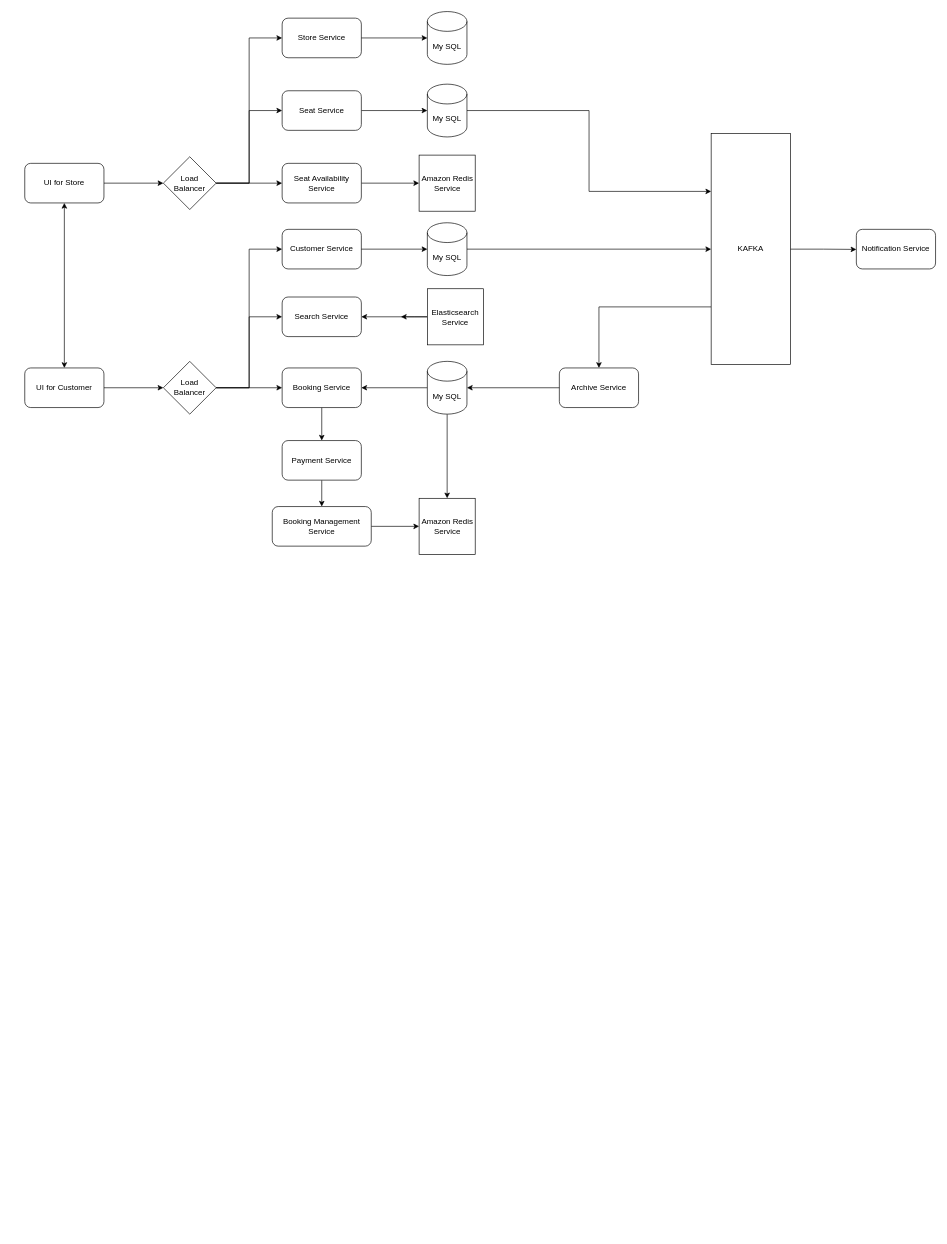
This is Untitled Diagram.drawio from dodooodo/feplace, a draw.io file, before an edit. Source tidied: cells renumbered, new cells numbered last; positions are measured from the earlier drawing's top-left corner, leaving out a move shared by most shapes. Both pictures are drawn from the tidied source at 66%, with x=0, y=0 at pixel (24, 11).
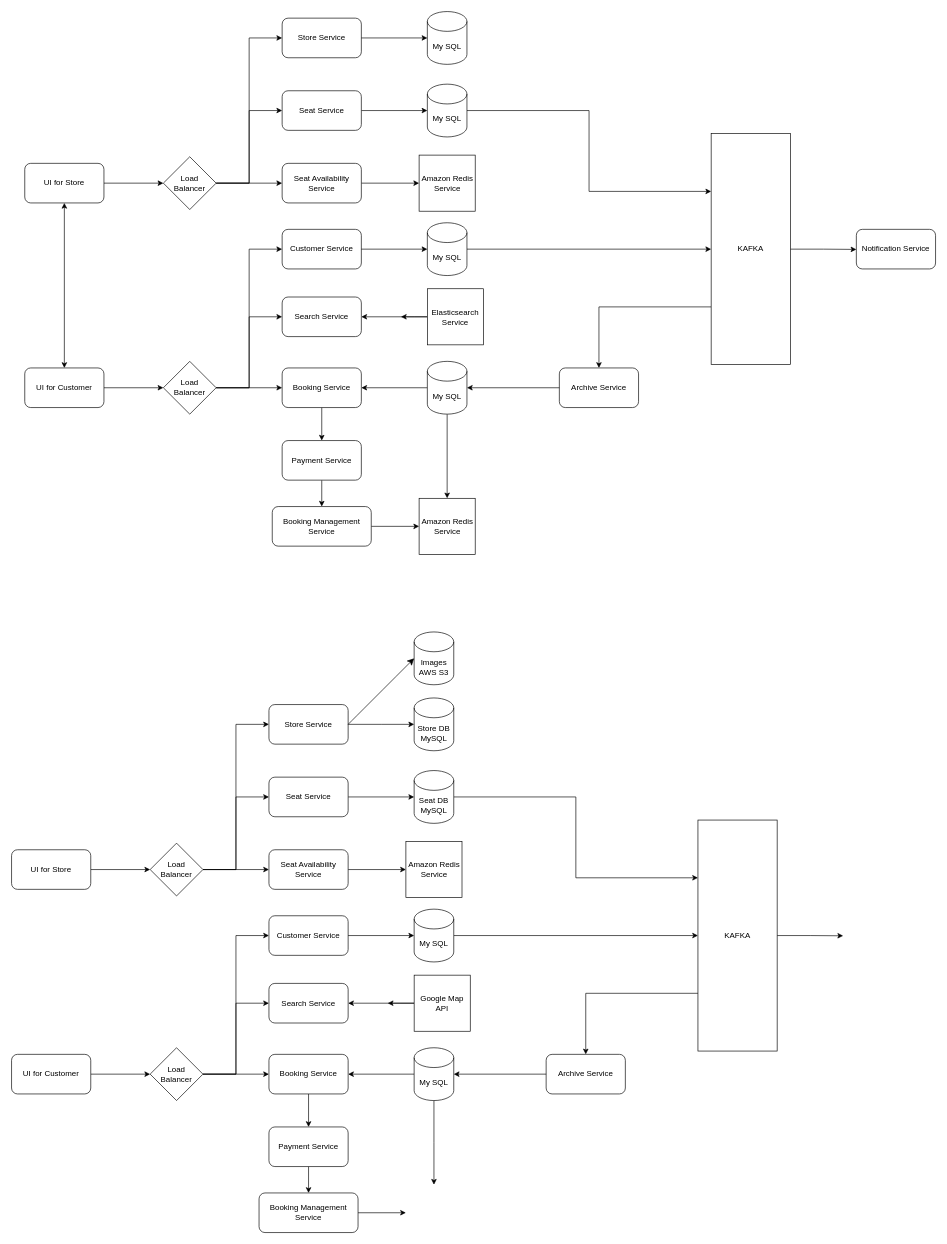
After the change.

Diff of the diagram source:
```diff
@@
+    <mxCell id="49" style="edgeStyle=orthogonalEdgeStyle;rounded=0;jettySize=auto;html=1;exitX=1;exitY=0.5;exitDx=0;exitDy=0;entryX=0;entryY=0.5;entryDx=0;entryDy=0;" parent="1" edge="1" source="50" target="56">
+      <mxGeometry relative="1" as="geometry" />
+    </mxCell>
+    <mxCell id="50" value="UI for Store" style="rounded=1;whiteSpace=wrap;html=1;" parent="1" vertex="1">
+      <mxGeometry x="-20" y="1270" width="120" height="60" as="geometry" />
+    </mxCell>
+    <mxCell id="51" style="edgeStyle=orthogonalEdgeStyle;rounded=0;jettySize=auto;html=1;exitX=1;exitY=0.5;exitDx=0;exitDy=0;entryX=0;entryY=0.5;entryDx=0;entryDy=0;" parent="1" edge="1" source="52" target="60">
+      <mxGeometry relative="1" as="geometry" />
+    </mxCell>
+    <mxCell id="52" value="UI for Customer" style="rounded=1;whiteSpace=wrap;html=1;" parent="1" vertex="1">
+      <mxGeometry x="-20" y="1580" width="120" height="60" as="geometry" />
+    </mxCell>
+    <mxCell id="53" style="edgeStyle=orthogonalEdgeStyle;rounded=0;jettySize=auto;html=1;exitX=1;exitY=0.5;exitDx=0;exitDy=0;entryX=0;entryY=0.5;entryDx=0;entryDy=0;" parent="1" edge="1" source="56" target="63">
+      <mxGeometry relative="1" as="geometry" />
+    </mxCell>
+    <mxCell id="54" style="edgeStyle=orthogonalEdgeStyle;rounded=0;jettySize=auto;html=1;exitX=1;exitY=0.5;exitDx=0;exitDy=0;entryX=0;entryY=0.5;entryDx=0;entryDy=0;" parent="1" edge="1" source="56" target="61">
+      <mxGeometry relative="1" as="geometry" />
+    </mxCell>
+    <mxCell id="55" style="edgeStyle=orthogonalEdgeStyle;rounded=0;jettySize=auto;html=1;exitX=1;exitY=0.5;exitDx=0;exitDy=0;entryX=0;entryY=0.5;entryDx=0;entryDy=0;" parent="1" edge="1" source="56" target="87">
+      <mxGeometry relative="1" as="geometry" />
+    </mxCell>
+    <mxCell id="56" value="Load&lt;div&gt;Balancer&lt;/div&gt;" style="rhombus;whiteSpace=wrap;html=1;" parent="1" vertex="1">
+      <mxGeometry x="190" y="1260" width="80" height="80" as="geometry" />
+    </mxCell>
+    <mxCell id="57" style="edgeStyle=orthogonalEdgeStyle;rounded=0;jettySize=auto;html=1;exitX=1;exitY=0.5;exitDx=0;exitDy=0;entryX=0;entryY=0.5;entryDx=0;entryDy=0;" parent="1" edge="1" source="60" target="64">
+      <mxGeometry relative="1" as="geometry" />
+    </mxCell>
+    <mxCell id="58" style="edgeStyle=orthogonalEdgeStyle;rounded=0;jettySize=auto;html=1;exitX=1;exitY=0.5;exitDx=0;exitDy=0;entryX=0;entryY=0.5;entryDx=0;entryDy=0;" parent="1" edge="1" source="60" target="66">
+      <mxGeometry relative="1" as="geometry" />
+    </mxCell>
+    <mxCell id="59" style="edgeStyle=orthogonalEdgeStyle;rounded=0;jettySize=auto;html=1;exitX=1;exitY=0.5;exitDx=0;exitDy=0;entryX=0;entryY=0.5;entryDx=0;entryDy=0;" parent="1" edge="1" source="60" target="78">
+      <mxGeometry relative="1" as="geometry" />
+    </mxCell>
+    <mxCell id="60" value="Load&lt;div&gt;Balancer&lt;/div&gt;" style="rhombus;whiteSpace=wrap;html=1;" parent="1" vertex="1">
+      <mxGeometry x="190" y="1570" width="80" height="80" as="geometry" />
+    </mxCell>
+    <mxCell id="61" value="Store Service" style="rounded=1;whiteSpace=wrap;html=1;" parent="1" vertex="1">
+      <mxGeometry x="370" y="1050" width="120" height="60" as="geometry" />
+    </mxCell>
+    <mxCell id="62" style="edgeStyle=orthogonalEdgeStyle;rounded=0;jettySize=auto;html=1;exitX=1;exitY=0.5;exitDx=0;exitDy=0;" parent="1" edge="1" source="63" target="82">
+      <mxGeometry relative="1" as="geometry" />
+    </mxCell>
+    <mxCell id="63" value="Seat Availability Service" style="rounded=1;whiteSpace=wrap;html=1;" parent="1" vertex="1">
+      <mxGeometry x="370" y="1270" width="120" height="60" as="geometry" />
+    </mxCell>
+    <mxCell id="64" value="Search Service" style="rounded=1;whiteSpace=wrap;html=1;" parent="1" vertex="1">
+      <mxGeometry x="370" y="1472.5" width="120" height="60" as="geometry" />
+    </mxCell>
+    <mxCell id="65" style="edgeStyle=orthogonalEdgeStyle;rounded=0;jettySize=auto;html=1;exitX=0.5;exitY=1;exitDx=0;exitDy=0;entryX=0.5;entryY=0;entryDx=0;entryDy=0;" parent="1" edge="1" source="66" target="68">
+      <mxGeometry relative="1" as="geometry" />
+    </mxCell>
+    <mxCell id="66" value="Booking Service" style="rounded=1;whiteSpace=wrap;html=1;" parent="1" vertex="1">
+      <mxGeometry x="370" y="1580" width="120" height="60" as="geometry" />
+    </mxCell>
+    <mxCell id="67" style="edgeStyle=orthogonalEdgeStyle;rounded=0;jettySize=auto;html=1;exitX=0.5;exitY=1;exitDx=0;exitDy=0;entryX=0.5;entryY=0;entryDx=0;entryDy=0;" parent="1" edge="1" source="68" target="70">
+      <mxGeometry relative="1" as="geometry" />
+    </mxCell>
+    <mxCell id="68" value="Payment Service" style="rounded=1;whiteSpace=wrap;html=1;" parent="1" vertex="1">
+      <mxGeometry x="370" y="1690" width="120" height="60" as="geometry" />
+    </mxCell>
+    <mxCell id="69" style="edgeStyle=orthogonalEdgeStyle;rounded=0;jettySize=auto;html=1;exitX=1;exitY=0.5;exitDx=0;exitDy=0;entryX=0;entryY=0.5;entryDx=0;entryDy=0;" parent="1" edge="1" source="70">
+      <mxGeometry relative="1" as="geometry">
+        <mxPoint x="577.5" y="1820" as="targetPoint" />
+      </mxGeometry>
+    </mxCell>
+    <mxCell id="70" value="Booking Management Service" style="rounded=1;whiteSpace=wrap;html=1;" parent="1" vertex="1">
+      <mxGeometry x="355" y="1790" width="150" height="60" as="geometry" />
+    </mxCell>
+    <mxCell id="71" style="edgeStyle=orthogonalEdgeStyle;rounded=0;jettySize=auto;html=1;exitX=1;exitY=0.5;exitDx=0;exitDy=0;entryX=0;entryY=0.5;entryDx=0;entryDy=0;entryPerimeter=0;" parent="1" edge="1" source="61">
+      <mxGeometry relative="1" as="geometry">
+        <mxPoint x="590" y="1080" as="targetPoint" />
+      </mxGeometry>
+    </mxCell>
+    <mxCell id="72" style="edgeStyle=orthogonalEdgeStyle;rounded=0;jettySize=auto;html=1;exitX=0;exitY=0.5;exitDx=0;exitDy=0;exitPerimeter=0;" parent="1" edge="1" source="74" target="66">
+      <mxGeometry relative="1" as="geometry" />
+    </mxCell>
+    <mxCell id="73" style="edgeStyle=orthogonalEdgeStyle;rounded=0;jettySize=auto;html=1;exitX=0.5;exitY=1;exitDx=0;exitDy=0;exitPerimeter=0;" parent="1" edge="1" source="74">
+      <mxGeometry relative="1" as="geometry">
+        <mxPoint x="620" y="1777.5" as="targetPoint" />
+      </mxGeometry>
+    </mxCell>
+    <mxCell id="74" value="My SQL" style="shape=cylinder3;whiteSpace=wrap;html=1;boundedLbl=1;backgroundOutline=1;size=15;" parent="1" vertex="1">
+      <mxGeometry x="590" y="1570" width="60" height="80" as="geometry" />
+    </mxCell>
+    <mxCell id="75" style="edgeStyle=orthogonalEdgeStyle;rounded=0;jettySize=auto;html=1;exitX=0;exitY=0.5;exitDx=0;exitDy=0;entryX=1;entryY=0.5;entryDx=0;entryDy=0;" parent="1" edge="1" source="77" target="64">
+      <mxGeometry relative="1" as="geometry" />
+    </mxCell>
+    <mxCell id="76" style="edgeStyle=orthogonalEdgeStyle;rounded=0;jettySize=auto;html=1;" parent="1" edge="1" source="77">
+      <mxGeometry relative="1" as="geometry">
+        <mxPoint x="550" y="1502.5" as="targetPoint" />
+      </mxGeometry>
+    </mxCell>
+    <mxCell id="77" value="Google Map API" style="rounded=0;whiteSpace=wrap;html=1;" parent="1" vertex="1">
+      <mxGeometry x="590" y="1460" width="85" height="85" as="geometry" />
+    </mxCell>
+    <mxCell id="78" value="Customer Service" style="rounded=1;whiteSpace=wrap;html=1;" parent="1" vertex="1">
+      <mxGeometry x="370" y="1370" width="120" height="60" as="geometry" />
+    </mxCell>
+    <mxCell id="79" style="edgeStyle=orthogonalEdgeStyle;rounded=0;jettySize=auto;html=1;exitX=1;exitY=0.5;exitDx=0;exitDy=0;exitPerimeter=0;" parent="1" edge="1" source="80" target="85">
+      <mxGeometry relative="1" as="geometry" />
+    </mxCell>
+    <mxCell id="80" value="My SQL" style="shape=cylinder3;whiteSpace=wrap;html=1;boundedLbl=1;backgroundOutline=1;size=15;" parent="1" vertex="1">
+      <mxGeometry x="590" y="1360" width="60" height="80" as="geometry" />
+    </mxCell>
+    <mxCell id="81" style="edgeStyle=orthogonalEdgeStyle;rounded=0;jettySize=auto;html=1;exitX=1;exitY=0.5;exitDx=0;exitDy=0;entryX=0;entryY=0.5;entryDx=0;entryDy=0;entryPerimeter=0;" parent="1" edge="1" source="78" target="80">
+      <mxGeometry relative="1" as="geometry" />
+    </mxCell>
+    <mxCell id="82" value="Amazon Redis Service" style="rounded=0;whiteSpace=wrap;html=1;" parent="1" vertex="1">
+      <mxGeometry x="577.5" y="1257.5" width="85" height="85" as="geometry" />
+    </mxCell>
+    <mxCell id="83" style="edgeStyle=orthogonalEdgeStyle;rounded=0;jettySize=auto;html=1;exitX=0;exitY=0.75;exitDx=0;exitDy=0;" parent="1" edge="1" source="85" target="90">
+      <mxGeometry relative="1" as="geometry" />
+    </mxCell>
+    <mxCell id="84" style="edgeStyle=orthogonalEdgeStyle;rounded=0;jettySize=auto;html=1;exitX=1;exitY=0.5;exitDx=0;exitDy=0;" parent="1" edge="1" source="85">
+      <mxGeometry relative="1" as="geometry">
+        <mxPoint x="1240" y="1400.4" as="targetPoint" />
+      </mxGeometry>
+    </mxCell>
+    <mxCell id="85" value="KAFKA" style="rounded=0;whiteSpace=wrap;html=1;" parent="1" vertex="1">
+      <mxGeometry x="1020" y="1225" width="120" height="350" as="geometry" />
+    </mxCell>
+    <mxCell id="86" style="edgeStyle=orthogonalEdgeStyle;rounded=0;jettySize=auto;html=1;exitX=1;exitY=0.5;exitDx=0;exitDy=0;" parent="1" edge="1" source="87" target="89">
+      <mxGeometry relative="1" as="geometry" />
+    </mxCell>
+    <mxCell id="87" value="Seat Service" style="rounded=1;whiteSpace=wrap;html=1;" parent="1" vertex="1">
+      <mxGeometry x="370" y="1160" width="120" height="60" as="geometry" />
+    </mxCell>
+    <mxCell id="88" style="edgeStyle=orthogonalEdgeStyle;rounded=0;jettySize=auto;html=1;exitX=1;exitY=0.5;exitDx=0;exitDy=0;exitPerimeter=0;entryX=0;entryY=0.25;entryDx=0;entryDy=0;" parent="1" edge="1" source="89" target="85">
+      <mxGeometry relative="1" as="geometry" />
+    </mxCell>
+    <mxCell id="89" value="&lt;div&gt;Seat DB&lt;/div&gt;MySQL" style="shape=cylinder3;whiteSpace=wrap;html=1;boundedLbl=1;backgroundOutline=1;size=15;" parent="1" vertex="1">
+      <mxGeometry x="590" y="1150" width="60" height="80" as="geometry" />
+    </mxCell>
+    <mxCell id="90" value="Archive Service" style="rounded=1;whiteSpace=wrap;html=1;" parent="1" vertex="1">
+      <mxGeometry x="790" y="1580" width="120" height="60" as="geometry" />
+    </mxCell>
+    <mxCell id="91" style="edgeStyle=orthogonalEdgeStyle;rounded=0;jettySize=auto;html=1;exitX=0;exitY=0.5;exitDx=0;exitDy=0;entryX=1;entryY=0.5;entryDx=0;entryDy=0;entryPerimeter=0;" parent="1" edge="1" source="90" target="74">
+      <mxGeometry relative="1" as="geometry" />
+    </mxCell>
+    <mxCell id="92" value="Store DB&lt;div&gt;MySQL&lt;/div&gt;" style="shape=cylinder3;whiteSpace=wrap;html=1;boundedLbl=1;backgroundOutline=1;size=15;" parent="1" vertex="1">
+      <mxGeometry x="590" y="1040" width="60" height="80" as="geometry" />
+    </mxCell>
+    <mxCell id="93" value="&lt;div&gt;Images&lt;/div&gt;AWS S3" style="shape=cylinder3;whiteSpace=wrap;html=1;boundedLbl=1;backgroundOutline=1;size=15;" parent="1" vertex="1">
+      <mxGeometry x="590" y="940" width="60" height="80" as="geometry" />
+    </mxCell>
+    <mxCell id="94" style="edgeStyle=none;curved=1;rounded=0;jettySize=auto;html=1;exitX=1;exitY=0.5;exitDx=0;exitDy=0;entryX=0;entryY=0.5;entryDx=0;entryDy=0;entryPerimeter=0;fontSize=12;startSize=8;endSize=8;" parent="1" edge="1" source="61" target="93">
+      <mxGeometry relative="1" as="geometry" />
+    </mxCell>
```
